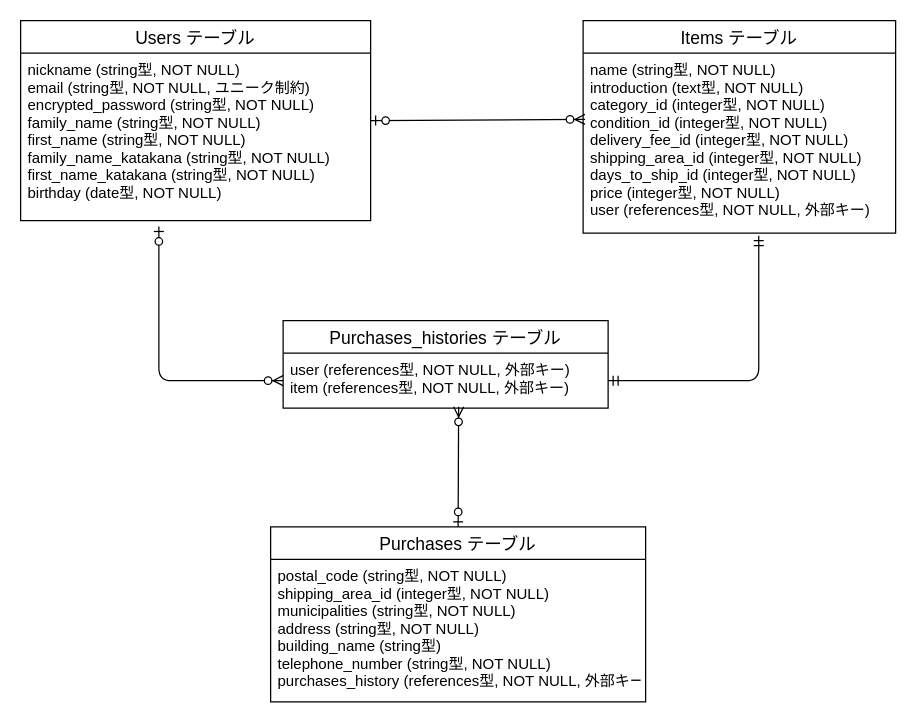
This is furima.dio from Katsu1001/furima-37857, a draw.io file, before an edit. Source tidied: cells renumbered, new cells numbered last; positions are measured from the earlier drawing's top-left corner, leaving out a move shared by most shapes. Both pictures are drawn from the tidied source at 125%, with x=0, y=0 at pixel (20, 20).
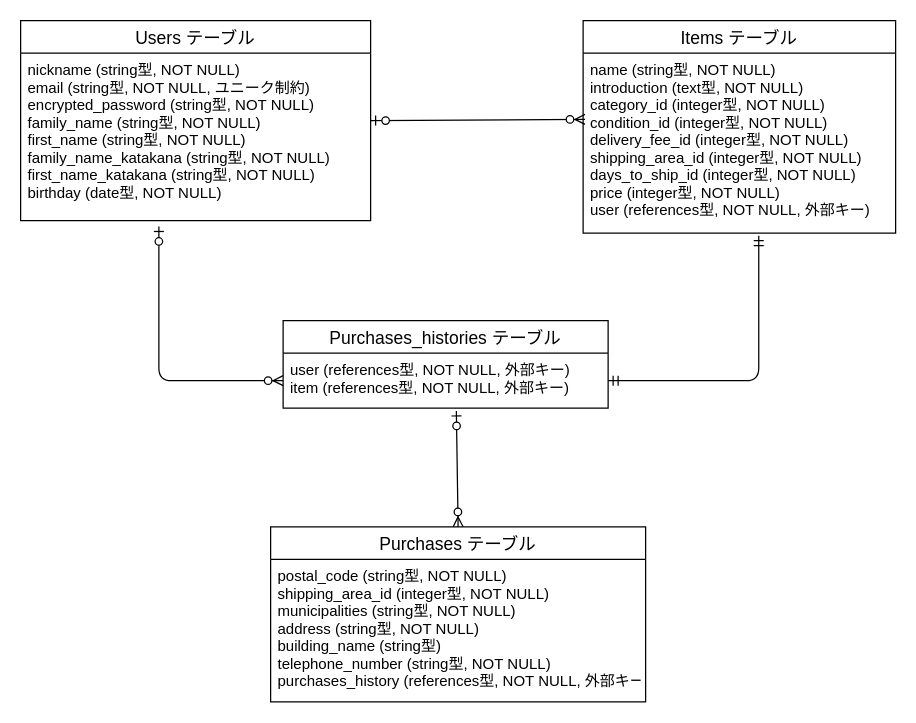
After the change.

Commit message (it also covers changes not shown here):
ER図とREADMEの修正(4回目)

What changed in the source:
```diff
@@
 <mxGraphModel>
   <root>
     <mxCell id="0" />
     <mxCell id="1" parent="0" />
     <mxCell id="2" style="group;" parent="1" vertex="1">
       <mxGeometry width="700" height="545" as="geometry" />
     </mxCell>
     <mxCell id="3" value="Purchases テーブル" style="swimlane;fontStyle=0;horizontal=1;startSize=26;align=center;fontSize=14;" parent="2" vertex="1">
       <mxGeometry x="200" y="405" width="300" height="140" as="geometry" />
     </mxCell>
     <mxCell id="4" value="postal_code (string型, NOT NULL)&#10;shipping_area_id (integer型, NOT NULL)&#10;municipalities (string型, NOT NULL)&#10;address (string型, NOT NULL)&#10;building_name (string型)&#10;telephone_number (string型, NOT NULL)&#10;purchases_history (references型, NOT NULL, 外部キー)" style="text;strokeColor=none;fillColor=none;spacingLeft=4;spacingRight=4;overflow=hidden;fontSize=12;" parent="3" vertex="1">
       <mxGeometry y="26" width="300" height="114" as="geometry" />
     </mxCell>
-    <mxCell id="5" style="fontSize=12;html=1;endArrow=ERzeroToMany;startArrow=ERzeroToOne;exitX=0.5;exitY=0;exitDx=0;exitDy=0;entryX=0.54;entryY=0.977;entryDx=0;entryDy=0;entryPerimeter=0;" parent="2" edge="1" source="3" target="11">
+    <mxCell id="5" style="fontSize=12;html=1;endArrow=ERzeroToMany;startArrow=ERzeroToOne;entryX=0.5;entryY=0;entryDx=0;entryDy=0;exitX=0.533;exitY=1.051;exitDx=0;exitDy=0;exitPerimeter=0;" parent="2" edge="1" source="11" target="3">
       <mxGeometry relative="1" as="geometry" />
     </mxCell>
     <mxCell id="6" value="Users テーブル" style="swimlane;fontStyle=0;horizontal=1;startSize=26;align=center;fontSize=14;" parent="2" vertex="1">
       <mxGeometry width="280" height="160" as="geometry" />
     </mxCell>
     <mxCell id="7" value="nickname (string型, NOT NULL)&#10;email (string型, NOT NULL, ユニーク制約)&#10;encrypted_password (string型, NOT NULL)&#10;family_name (string型, NOT NULL)&#10;first_name (string型, NOT NULL)&#10;family_name_katakana (string型, NOT NULL)&#10;first_name_katakana (string型, NOT NULL)&#10;birthday (date型, NOT NULL)" style="text;strokeColor=none;fillColor=none;spacingLeft=4;spacingRight=4;overflow=hidden;points=[[0,0.5],[1,0.5]];portConstraint=eastwest;fontSize=12;" parent="6" vertex="1">
       <mxGeometry y="26" width="280" height="134" as="geometry" />
     </mxCell>
     <mxCell id="8" value="Items テーブル" style="swimlane;fontStyle=0;horizontal=1;startSize=26;align=center;fontSize=14;" parent="2" vertex="1">
       <mxGeometry x="450" width="250" height="170" as="geometry" />
     </mxCell>
     <mxCell id="9" value="name (string型, NOT NULL)&#10;introduction (text型, NOT NULL)&#10;category_id (integer型, NOT NULL)&#10;condition_id (integer型, NOT NULL)&#10;delivery_fee_id (integer型, NOT NULL)&#10;shipping_area_id (integer型, NOT NULL)&#10;days_to_ship_id (integer型, NOT NULL)&#10;price (integer型, NOT NULL)&#10;user (references型, NOT NULL, 外部キー)" style="text;strokeColor=none;fillColor=none;spacingLeft=4;spacingRight=4;overflow=hidden;points=[[0,0.5],[1,0.5]];portConstraint=eastwest;fontSize=12;" parent="8" vertex="1">
       <mxGeometry y="26" width="250" height="144" as="geometry" />
     </mxCell>
     <mxCell id="10" value="Purchases_histories テーブル" style="swimlane;fontStyle=0;horizontal=1;startSize=26;align=center;fontSize=14;" parent="2" vertex="1">
       <mxGeometry x="210" y="240" width="260" height="70" as="geometry" />
     </mxCell>
     <mxCell id="11" value="user (references型, NOT NULL, 外部キー)&#10;item (references型, NOT NULL, 外部キー)" style="text;strokeColor=none;fillColor=none;spacingLeft=4;spacingRight=4;overflow=hidden;points=[[0,0.5],[1,0.5]];portConstraint=eastwest;fontSize=12;" parent="10" vertex="1">
       <mxGeometry y="26" width="260" height="44" as="geometry" />
     </mxCell>
     <mxCell id="12" style="fontSize=12;html=1;endArrow=ERzeroToMany;startArrow=ERzeroToOne;entryX=0.006;entryY=0.368;entryDx=0;entryDy=0;entryPerimeter=0;exitX=1;exitY=0.574;exitDx=0;exitDy=0;exitPerimeter=0;" parent="2" edge="1" target="9">
       <mxGeometry relative="1" as="geometry">
         <mxPoint x="280" y="80" as="sourcePoint" />
       </mxGeometry>
     </mxCell>
     <mxCell id="13" style="edgeStyle=orthogonalEdgeStyle;fontSize=12;html=1;endArrow=ERzeroToMany;startArrow=ERzeroToOne;exitX=0.395;exitY=1.035;exitDx=0;exitDy=0;exitPerimeter=0;entryX=0;entryY=0.5;entryDx=0;entryDy=0;" parent="2" edge="1" source="7" target="11">
       <mxGeometry relative="1" as="geometry">
         <Array as="points">
           <mxPoint x="111" y="288" />
         </Array>
       </mxGeometry>
     </mxCell>
     <mxCell id="14" style="edgeStyle=orthogonalEdgeStyle;fontSize=12;html=1;endArrow=ERmandOne;startArrow=ERmandOne;exitX=1;exitY=0.5;exitDx=0;exitDy=0;entryX=0.562;entryY=1.014;entryDx=0;entryDy=0;entryPerimeter=0;" parent="2" edge="1" source="11" target="9">
       <mxGeometry relative="1" as="geometry">
         <Array as="points">
           <mxPoint x="591" y="288" />
         </Array>
       </mxGeometry>
     </mxCell>
   </root>
 </mxGraphModel>
```
